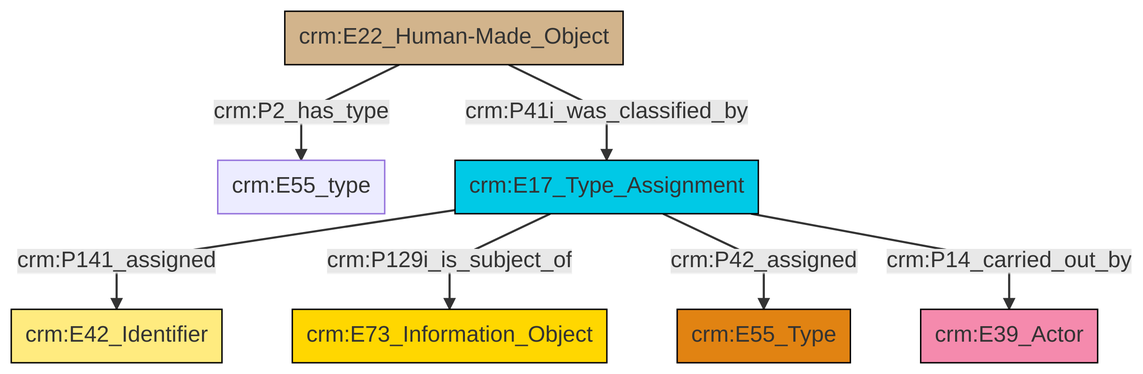
swiss-art-research-net/docs.swissartresearch keeps this Mermaid diagram as et/builtWorkCSV/ttl/mmd/png/Built_Work_designation_status.png. Above is the earlier version. Its source is kept beside it as et/builtWorkCSV/ttl/mmd/Built_Work_designation_status.ttl.mmd.
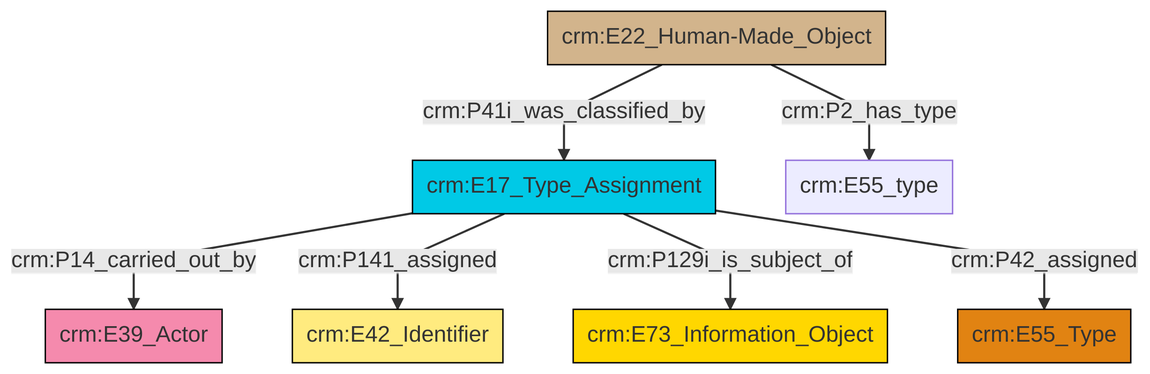
Above is the later version.

The edit, as a diff of the source:
```diff
@@ -13,9 +13,9 @@
 classDef PC_Classes fill:#4ce600, stroke:#000000;
 classDef Multi fill:#cccccc,stroke:#000000;
 
-0["crm:E22_Human-Made_Object"]:::Physical_Thing -->|crm:P2_has_type| 1["crm:E55_type"]:::Default
-2["crm:E17_Type_Assignment"]:::Temporal_Entity -->|crm:P141_assigned| 3["crm:E42_Identifier"]:::Appellation
-2["crm:E17_Type_Assignment"]:::Temporal_Entity -->|crm:P129i_is_subject_of| 4["crm:E73_Information_Object"]:::Conceptual_Object
-0["crm:E22_Human-Made_Object"]:::Physical_Thing -->|crm:P41i_was_classified_by| 2["crm:E17_Type_Assignment"]:::Temporal_Entity
-2["crm:E17_Type_Assignment"]:::Temporal_Entity -->|crm:P42_assigned| 5["crm:E55_Type"]:::Type
-2["crm:E17_Type_Assignment"]:::Temporal_Entity -->|crm:P14_carried_out_by| 7["crm:E39_Actor"]:::Actor
+0["crm:E17_Type_Assignment"]:::Temporal_Entity -->|crm:P14_carried_out_by| 1["crm:E39_Actor"]:::Actor
+5["crm:E22_Human-Made_Object"]:::Physical_Thing -->|crm:P2_has_type| 6["crm:E55_type"]:::Default
+0["crm:E17_Type_Assignment"]:::Temporal_Entity -->|crm:P141_assigned| 7["crm:E42_Identifier"]:::Appellation
+0["crm:E17_Type_Assignment"]:::Temporal_Entity -->|crm:P129i_is_subject_of| 2["crm:E73_Information_Object"]:::Conceptual_Object
+0["crm:E17_Type_Assignment"]:::Temporal_Entity -->|crm:P42_assigned| 9["crm:E55_Type"]:::Type
+5["crm:E22_Human-Made_Object"]:::Physical_Thing -->|crm:P41i_was_classified_by| 0["crm:E17_Type_Assignment"]:::Temporal_Entity
```
